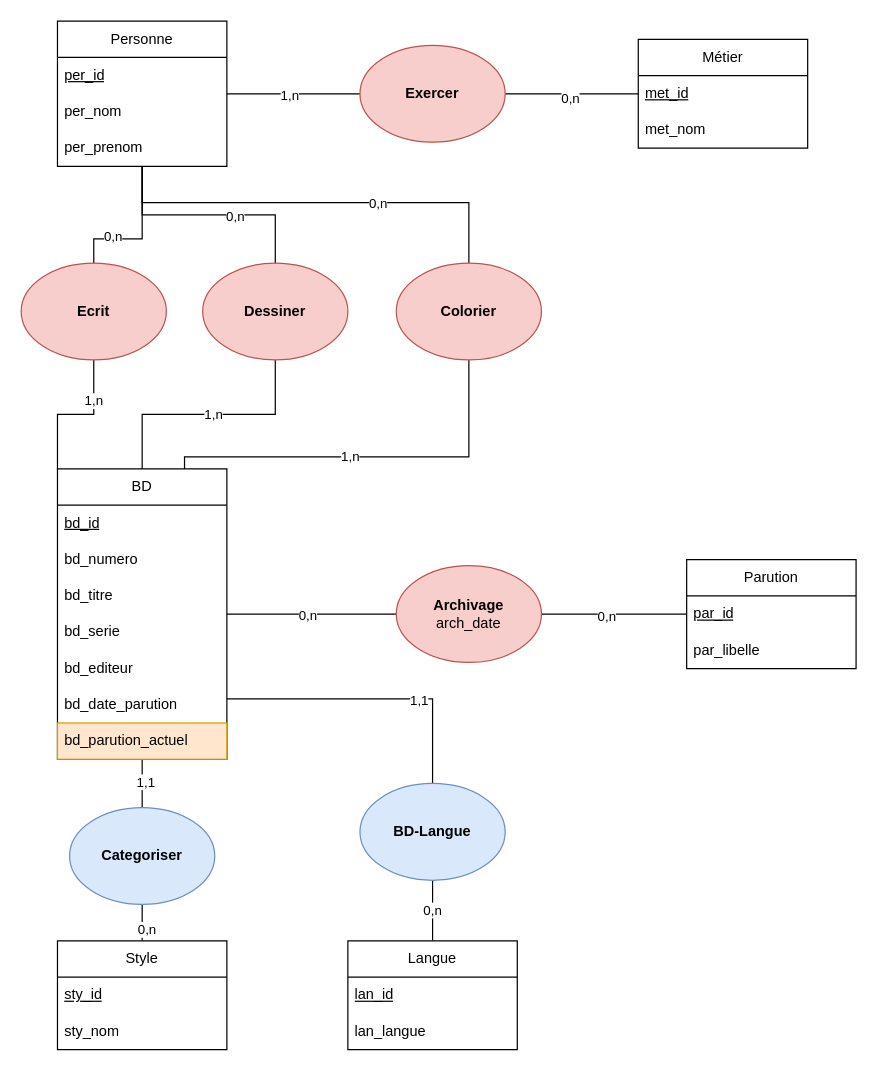
The draw.io diagram MCD_Collectionneur_BD.drawio in Mzk-Ali/EXO_M2I_MERISE, before the edit. Source tidied: cells renumbered, new cells numbered last; positions are measured from the earlier drawing's top-left corner, leaving out a move shared by most shapes. Both pictures are drawn from the tidied source at 121%, with x=0, y=0 at pixel (21, 21).
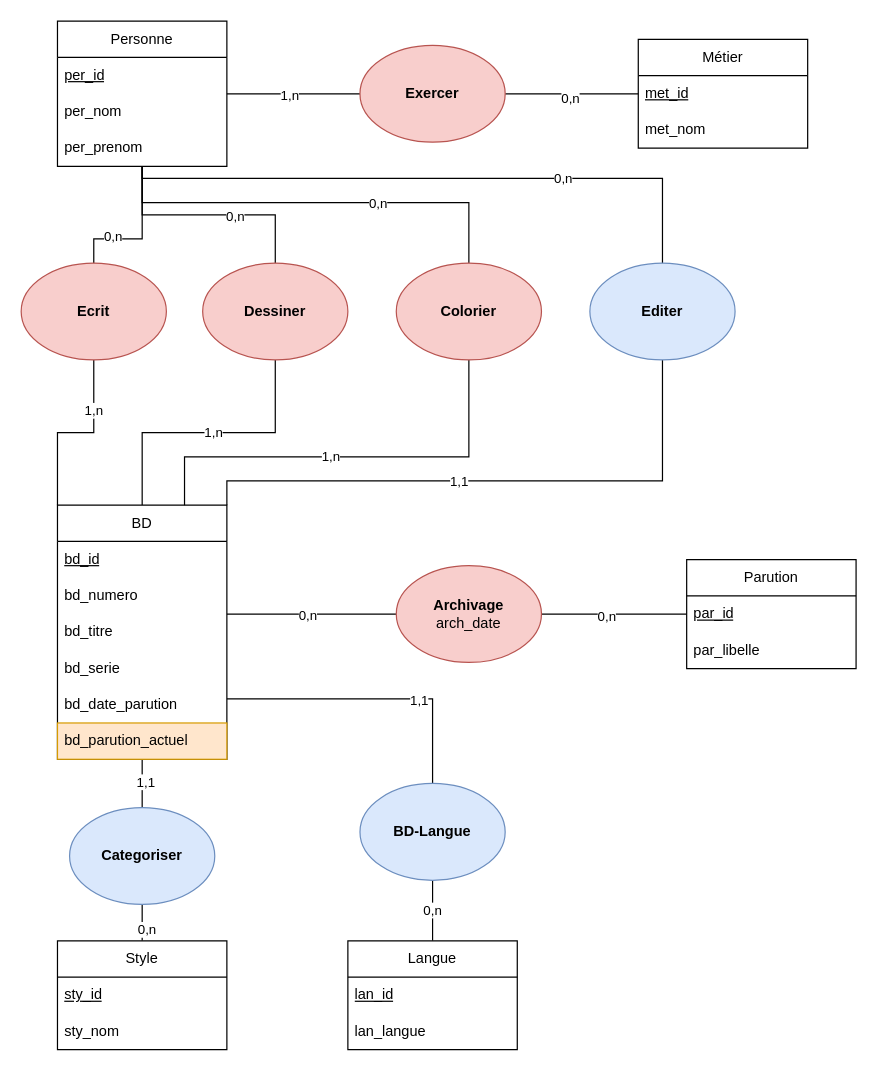
The same diagram, later.

Commit message (it also covers changes not shown here):
Mettre à jour MCD_Collectionneur_BD.drawio

The change refers to these unchanged cells:
```xml
<mxCell id="4" value="Personne" style="swimlane;fontStyle=0;horizontal=1;startSize=30;whiteSpace=wrap;html=1;" parent="1" vertex="1">
  <mxGeometry x="30" width="140" height="120" as="geometry" />
</mxCell>
```

Change to the diagram source:
```diff
@@
     <mxCell id="22" value="BD" style="swimlane;fontStyle=0;horizontal=1;startSize=30;whiteSpace=wrap;html=1;" parent="1" vertex="1">
-      <mxGeometry x="30" y="370" width="140" height="240" as="geometry" />
+      <mxGeometry x="30" y="400" width="140" height="210" as="geometry" />
     </mxCell>
@@
-    <mxCell id="27" value="bd_editeur" style="text;strokeColor=none;fillColor=none;align=left;verticalAlign=middle;spacingLeft=4;spacingRight=4;overflow=hidden;whiteSpace=wrap;html=1;" parent="22" vertex="1">
-      <mxGeometry y="150" width="140" height="30" as="geometry" />
-    </mxCell>
     <mxCell id="28" value="bd_date_parution" style="text;strokeColor=none;fillColor=none;align=left;verticalAlign=middle;spacingLeft=4;spacingRight=4;overflow=hidden;whiteSpace=wrap;html=1;" parent="22" vertex="1">
-      <mxGeometry y="180" width="140" height="30" as="geometry" />
+      <mxGeometry y="150" width="140" height="30" as="geometry" />
     </mxCell>
     <mxCell id="29" value="bd_parution_actuel" style="text;strokeColor=#d79b00;fillColor=#ffe6cc;align=left;verticalAlign=middle;spacingLeft=4;spacingRight=4;overflow=hidden;whiteSpace=wrap;html=1;" parent="22" vertex="1">
-      <mxGeometry y="210" width="140" height="30" as="geometry" />
+      <mxGeometry y="180" width="140" height="30" as="geometry" />
     </mxCell>
@@
+    <mxCell id="61" style="edgeStyle=orthogonalEdgeStyle;rounded=0;jettySize=auto;html=1;entryX=1;entryY=0;entryDx=0;entryDy=0;endArrow=none;startFill=0;" parent="1" edge="1" source="65" target="22">
+      <mxGeometry relative="1" as="geometry">
+        <Array as="points">
+          <mxPoint x="530" y="380" />
+          <mxPoint x="170" y="380" />
+        </Array>
+      </mxGeometry>
+    </mxCell>
+    <mxCell id="62" value="1,1" style="edgeLabel;html=1;align=center;verticalAlign=middle;" parent="61" vertex="1">
+      <mxGeometry x="0.12" relative="1" as="geometry" />
+    </mxCell>
+    <mxCell id="63" style="edgeStyle=orthogonalEdgeStyle;rounded=0;jettySize=auto;html=1;endArrow=none;startFill=0;" parent="1" edge="1" source="65" target="4">
+      <mxGeometry relative="1" as="geometry">
+        <Array as="points">
+          <mxPoint x="530" y="130" />
+          <mxPoint x="100" y="130" />
+        </Array>
+      </mxGeometry>
+    </mxCell>
+    <mxCell id="64" value="0,n" style="edgeLabel;html=1;align=center;verticalAlign=middle;" parent="63" vertex="1">
+      <mxGeometry x="-0.4" y="-1" relative="1" as="geometry" />
+    </mxCell>
+    <mxCell id="65" value="&lt;b&gt;Editer&lt;/b&gt;" style="ellipse;whiteSpace=wrap;html=1;fillColor=#dae8fc;strokeColor=#6c8ebf;" parent="1" vertex="1">
+      <mxGeometry x="470" y="200" width="120" height="80" as="geometry" />
+    </mxCell>
```
